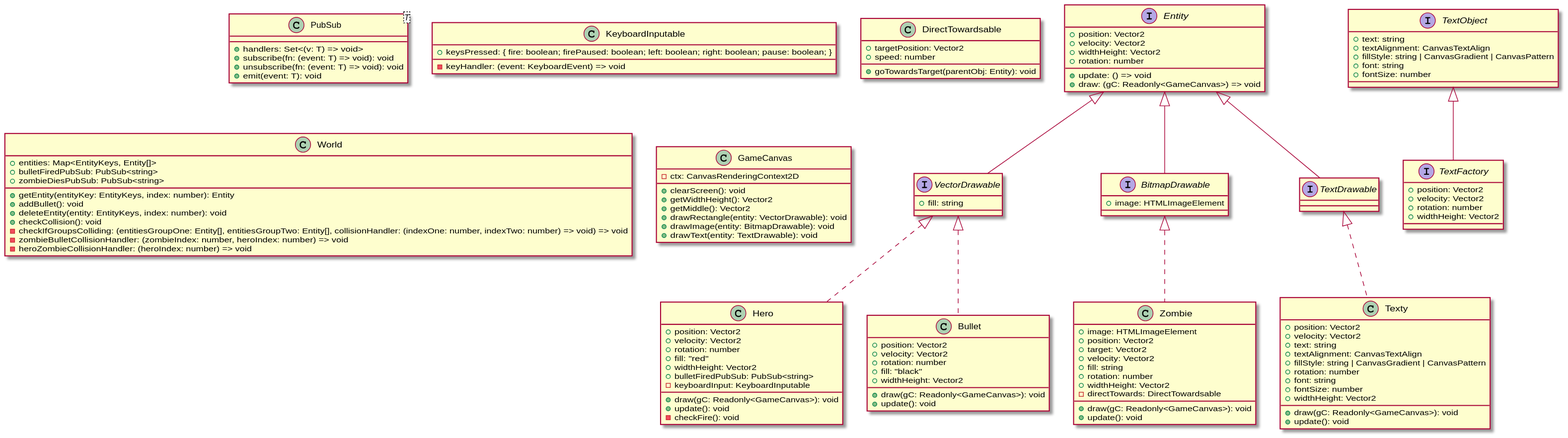
The PlantUML diagram uml.svg in David-Else/zombie-attack-4, before a commit.
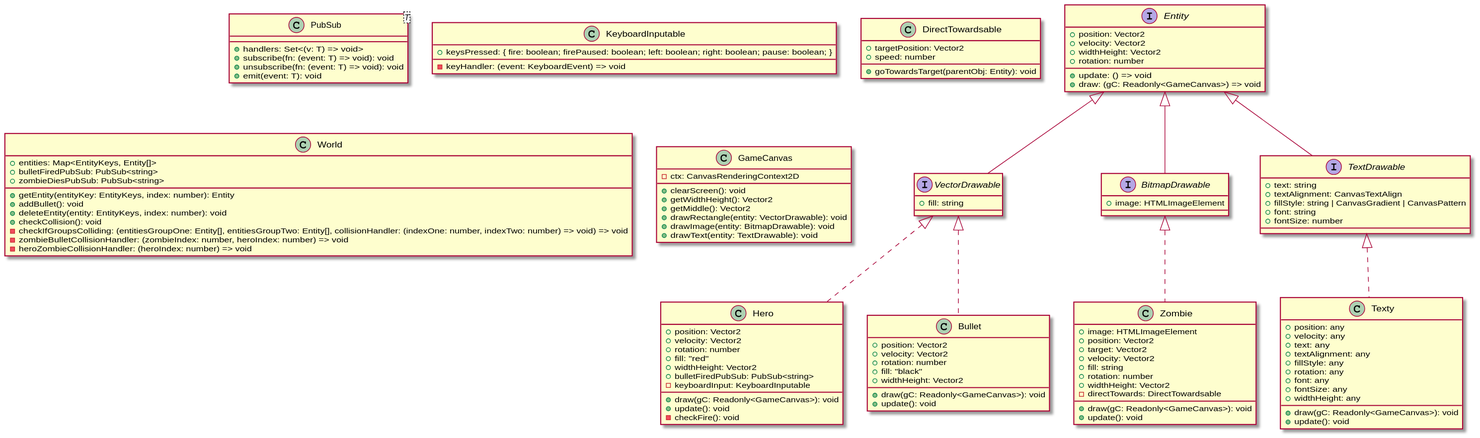
The same file after the commit.

Commit message:
Add uml script

Change to the diagram source:
```diff
@@ -39,15 +39,15 @@
     +update(): void
 }
 class Texty implements TextDrawable {
-    +position: Vector2
-    +velocity: Vector2
-    +text: string
-    +textAlignment: CanvasTextAlign
-    +fillStyle: string | CanvasGradient | CanvasPattern
-    +rotation: number
-    +font: string
-    +fontSize: number
-    +widthHeight: Vector2
+    +position: any
+    +velocity: any
+    +text: any
+    +textAlignment: any
+    +fillStyle: any
+    +rotation: any
+    +font: any
+    +fontSize: any
+    +widthHeight: any
     +draw(gC: Readonly<GameCanvas>): void
     +update(): void
 }
@@ -59,12 +59,6 @@
     +widthHeight: Vector2
     +draw(gC: Readonly<GameCanvas>): void
     +update(): void
-}
-interface TextFactory extends TextObject {
-    +position: Vector2
-    +velocity: Vector2
-    +rotation: number
-    +widthHeight: Vector2
 }
 interface Entity {
     +position: Vector2
@@ -92,14 +86,13 @@
 interface BitmapDrawable extends Entity {
     +image: HTMLImageElement
 }
-interface TextObject {
+interface TextDrawable extends Entity {
     +text: string
     +textAlignment: CanvasTextAlign
     +fillStyle: string | CanvasGradient | CanvasPattern
     +font: string
     +fontSize: number
 }
-interface TextDrawable extends Entity
 class GameCanvas {
     -ctx: CanvasRenderingContext2D
     +clearScreen(): void
```
